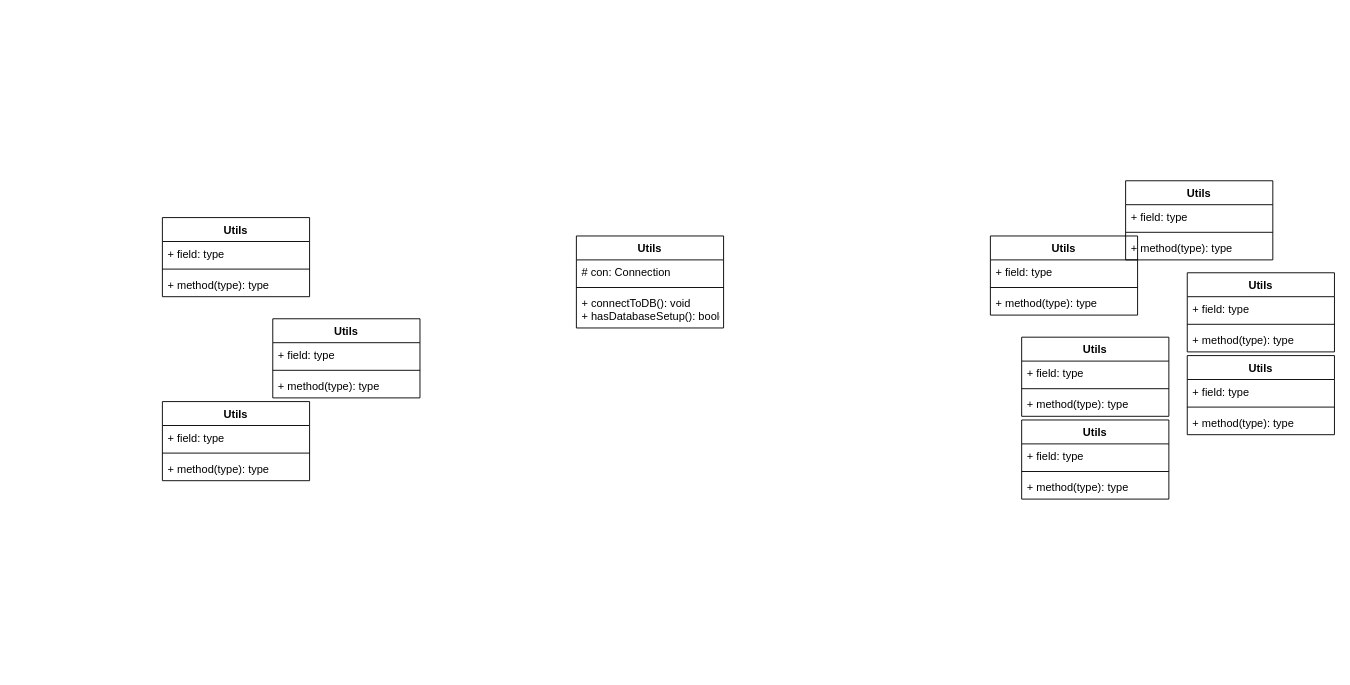
Above: Untitled Diagram.drawio in dkeithdj/digitallib (draw.io), before the change. Source tidied: cells renumbered, new cells numbered last; positions are measured from the earlier drawing's top-left corner, leaving out a move shared by most shapes. Both pictures are drawn from the tidied source at 92%, with x=0, y=0 at pixel (162, 180).
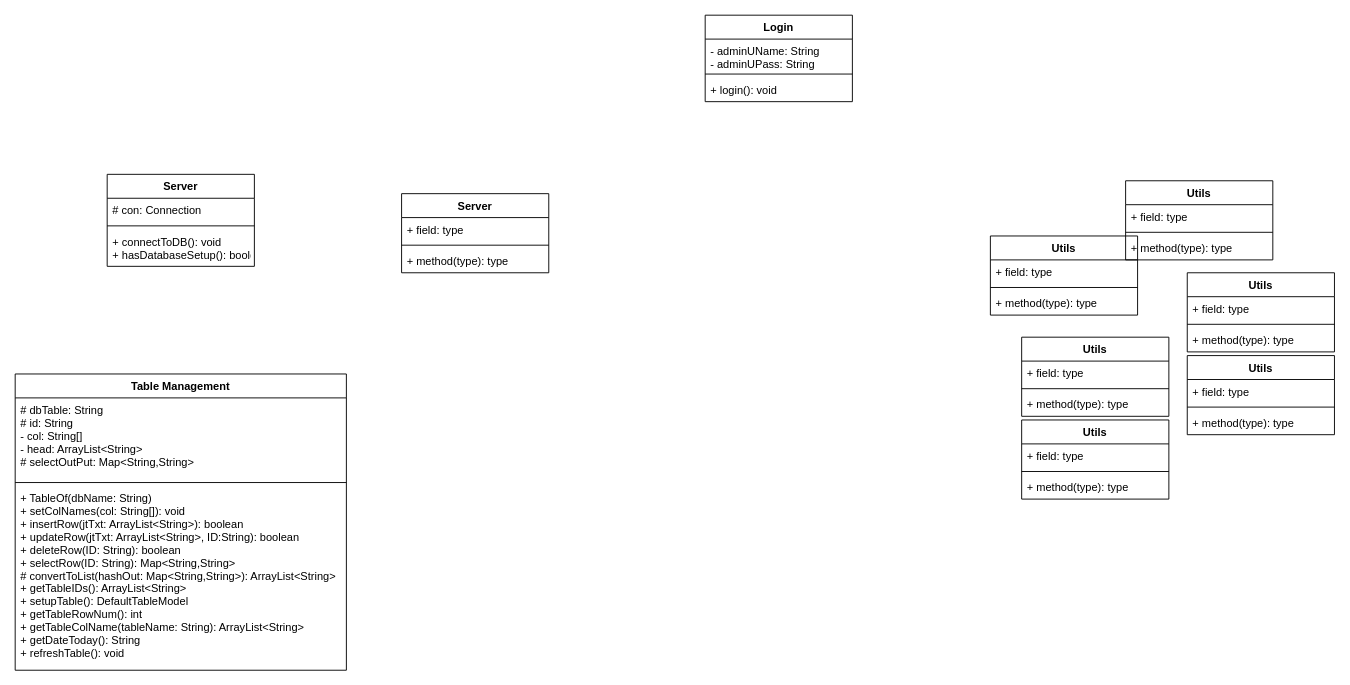
The same diagram, later.

Change to the diagram source:
```diff
@@
-    <mxCell id="2" value="Utils" style="swimlane;fontStyle=1;align=center;verticalAlign=top;horizontal=1;startSize=26;" parent="1" vertex="1">
-      <mxGeometry y="40" width="160" height="86" as="geometry" />
+    <mxCell id="2" value="Login" style="swimlane;fontStyle=1;align=center;verticalAlign=top;horizontal=1;startSize=26;" parent="1" vertex="1">
+      <mxGeometry x="590" y="-180" width="160" height="94" as="geometry" />
     </mxCell>
-    <mxCell id="3" value="+ field: type" style="text;strokeColor=none;fillColor=none;align=left;verticalAlign=top;spacingLeft=4;spacingRight=4;overflow=hidden;" parent="2" vertex="1">
-      <mxGeometry y="26" width="160" height="26" as="geometry" />
+    <mxCell id="3" value="- adminUName: String&#10;- adminUPass: String" style="text;strokeColor=none;fillColor=none;align=left;verticalAlign=top;spacingLeft=4;spacingRight=4;overflow=hidden;" parent="2" vertex="1">
+      <mxGeometry y="26" width="160" height="34" as="geometry" />
     </mxCell>
     <mxCell id="4" style="line;strokeWidth=1;fillColor=none;align=left;verticalAlign=middle;spacingTop=-1;spacingLeft=3;spacingRight=3;labelPosition=right;" parent="2" vertex="1">
-      <mxGeometry y="52" width="160" height="8" as="geometry" />
+      <mxGeometry y="60" width="160" height="8" as="geometry" />
     </mxCell>
-    <mxCell id="5" value="+ method(type): type" style="text;strokeColor=none;fillColor=none;align=left;verticalAlign=top;spacingLeft=4;spacingRight=4;overflow=hidden;" parent="2" vertex="1">
-      <mxGeometry y="60" width="160" height="26" as="geometry" />
+    <mxCell id="5" value="+ login(): void" style="text;strokeColor=none;fillColor=none;align=left;verticalAlign=top;spacingLeft=4;spacingRight=4;overflow=hidden;" parent="2" vertex="1">
+      <mxGeometry y="68" width="160" height="26" as="geometry" />
     </mxCell>
@@
-    <mxCell id="18" value="Utils" style="swimlane;fontStyle=1;align=center;verticalAlign=top;horizontal=1;startSize=26;" parent="1" vertex="1">
-      <mxGeometry x="450" y="60" width="160" height="100" as="geometry" />
+    <mxCell id="18" value="Server" style="swimlane;fontStyle=1;align=center;verticalAlign=top;horizontal=1;startSize=26;" parent="1" vertex="1">
+      <mxGeometry x="-60" y="-7" width="160" height="100" as="geometry" />
     </mxCell>
@@
-    <mxCell id="34" value="Utils" style="swimlane;fontStyle=1;align=center;verticalAlign=top;horizontal=1;startSize=26;" parent="1" vertex="1">
-      <mxGeometry y="240" width="160" height="86" as="geometry" />
+    <mxCell id="34" value="Table Management" style="swimlane;fontStyle=1;align=center;verticalAlign=top;horizontal=1;startSize=26;" parent="1" vertex="1">
+      <mxGeometry x="-160" y="210" width="360" height="322" as="geometry" />
     </mxCell>
-    <mxCell id="35" value="+ field: type" style="text;strokeColor=none;fillColor=none;align=left;verticalAlign=top;spacingLeft=4;spacingRight=4;overflow=hidden;" parent="34" vertex="1">
-      <mxGeometry y="26" width="160" height="26" as="geometry" />
+    <mxCell id="35" value="# dbTable: String&#10;# id: String&#10;- col: String[]&#10;- head: ArrayList&lt;String&gt;&#10;# selectOutPut: Map&lt;String,String&gt;" style="text;strokeColor=none;fillColor=none;align=left;verticalAlign=top;spacingLeft=4;spacingRight=4;overflow=hidden;" parent="34" vertex="1">
+      <mxGeometry y="26" width="360" height="88" as="geometry" />
     </mxCell>
     <mxCell id="36" style="line;strokeWidth=1;fillColor=none;align=left;verticalAlign=middle;spacingTop=-1;spacingLeft=3;spacingRight=3;labelPosition=right;" parent="34" vertex="1">
-      <mxGeometry y="52" width="160" height="8" as="geometry" />
+      <mxGeometry y="114" width="360" height="8" as="geometry" />
     </mxCell>
-    <mxCell id="37" value="+ method(type): type" style="text;strokeColor=none;fillColor=none;align=left;verticalAlign=top;spacingLeft=4;spacingRight=4;overflow=hidden;" parent="34" vertex="1">
-      <mxGeometry y="60" width="160" height="26" as="geometry" />
+    <mxCell id="37" value="+ TableOf(dbName: String)&#10;+ setColNames(col: String[]): void&#10;+ insertRow(jtTxt: ArrayList&lt;String&gt;): boolean&#10;+ updateRow(jtTxt: ArrayList&lt;String&gt;, ID:String): boolean&#10;+ deleteRow(ID: String): boolean&#10;+ selectRow(ID: String): Map&lt;String,String&gt;&#10;# convertToList(hashOut: Map&lt;String,String&gt;): ArrayList&lt;String&gt;&#10;+ getTableIDs(): ArrayList&lt;String&gt;&#10;+ setupTable(): DefaultTableModel&#10;+ getTableRowNum(): int&#10;+ getTableColName(tableName: String): ArrayList&lt;String&gt;&#10;+ getDateToday(): String&#10;+ refreshTable(): void&#10;" style="text;strokeColor=none;fillColor=none;align=left;verticalAlign=top;spacingLeft=4;spacingRight=4;overflow=hidden;" parent="34" vertex="1">
+      <mxGeometry y="122" width="360" height="200" as="geometry" />
     </mxCell>
-    <mxCell id="38" value="Utils" style="swimlane;fontStyle=1;align=center;verticalAlign=top;horizontal=1;startSize=26;" parent="1" vertex="1">
-      <mxGeometry x="120" y="150" width="160" height="86" as="geometry" />
+    <mxCell id="38" value="Server" style="swimlane;fontStyle=1;align=center;verticalAlign=top;horizontal=1;startSize=26;" parent="1" vertex="1">
+      <mxGeometry x="260" y="14" width="160" height="86" as="geometry" />
     </mxCell>
```
